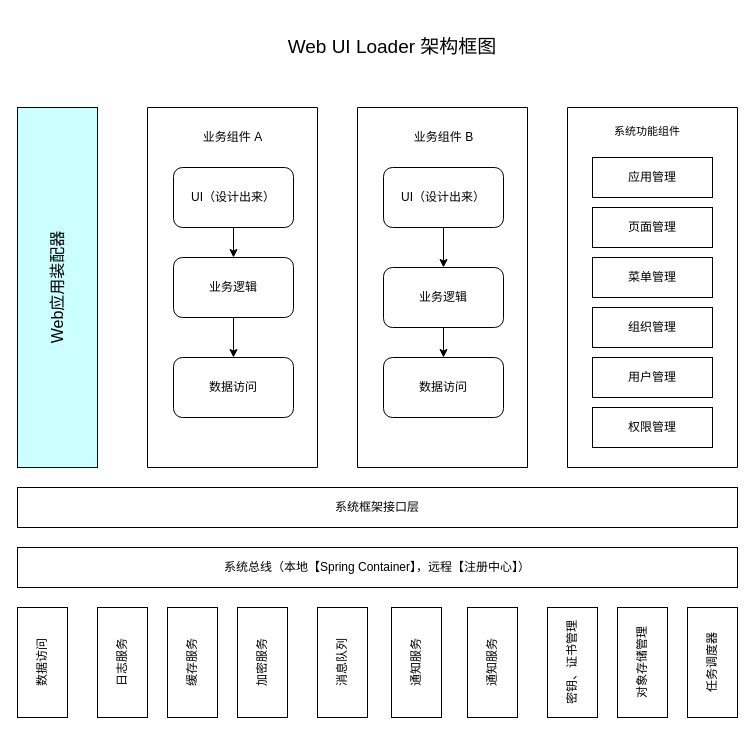
This is project01/Untitled Diagram.drawio from wilson9898/firstgitproject, a draw.io file, before an edit. Source tidied: cells renumbered, new cells numbered last; positions are measured from the earlier drawing's top-left corner, leaving out a move shared by most shapes. Both pictures are drawn from the tidied source at 100%, with x=0, y=0 at pixel (17, 17).
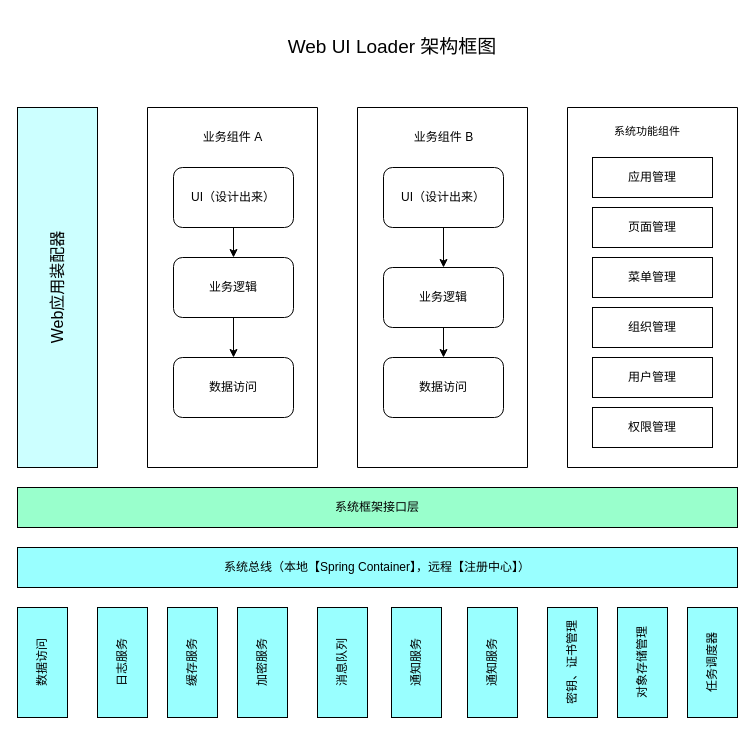
Above is the later version.

What changed in the source:
```diff
@@
-    <mxCell id="4" value="系统总线（本地【Spring Container】，远程【注册中心】）" style="rounded=0;whiteSpace=wrap;html=1;" parent="1" vertex="1">
+    <mxCell id="4" value="系统总线（本地【Spring Container】，远程【注册中心】）" style="rounded=0;whiteSpace=wrap;html=1;fillColor=#99FFFF;" parent="1" vertex="1">
       <mxGeometry y="530" width="720" height="40" as="geometry" />
     </mxCell>
@@
-    <mxCell id="27" value="数据访问" style="rounded=0;whiteSpace=wrap;html=1;horizontal=0;" parent="1" vertex="1">
+    <mxCell id="27" value="数据访问" style="rounded=0;whiteSpace=wrap;html=1;horizontal=0;fillColor=#99FFFF;" parent="1" vertex="1">
       <mxGeometry y="590" width="50" height="110" as="geometry" />
     </mxCell>
-    <mxCell id="28" value="日志服务" style="rounded=0;whiteSpace=wrap;html=1;horizontal=0;" parent="1" vertex="1">
+    <mxCell id="28" value="日志服务" style="rounded=0;whiteSpace=wrap;html=1;horizontal=0;fillColor=#99FFFF;" parent="1" vertex="1">
       <mxGeometry x="80" y="590" width="50" height="110" as="geometry" />
     </mxCell>
-    <mxCell id="29" value="缓存服务" style="rounded=0;whiteSpace=wrap;html=1;horizontal=0;" parent="1" vertex="1">
+    <mxCell id="29" value="缓存服务" style="rounded=0;whiteSpace=wrap;html=1;horizontal=0;fillColor=#99FFFF;" parent="1" vertex="1">
       <mxGeometry x="150" y="590" width="50" height="110" as="geometry" />
     </mxCell>
-    <mxCell id="30" value="加密服务" style="rounded=0;whiteSpace=wrap;html=1;horizontal=0;" parent="1" vertex="1">
+    <mxCell id="30" value="加密服务" style="rounded=0;whiteSpace=wrap;html=1;horizontal=0;fillColor=#99FFFF;" parent="1" vertex="1">
       <mxGeometry x="220" y="590" width="50" height="110" as="geometry" />
     </mxCell>
-    <mxCell id="31" value="消息队列" style="rounded=0;whiteSpace=wrap;html=1;horizontal=0;" parent="1" vertex="1">
+    <mxCell id="31" value="消息队列" style="rounded=0;whiteSpace=wrap;html=1;horizontal=0;fillColor=#99FFFF;" parent="1" vertex="1">
       <mxGeometry x="300" y="590" width="50" height="110" as="geometry" />
     </mxCell>
-    <mxCell id="32" value="通知服务" style="rounded=0;whiteSpace=wrap;html=1;horizontal=0;" parent="1" vertex="1">
+    <mxCell id="32" value="通知服务" style="rounded=0;whiteSpace=wrap;html=1;horizontal=0;fillColor=#99FFFF;" parent="1" vertex="1">
       <mxGeometry x="374" y="590" width="50" height="110" as="geometry" />
     </mxCell>
-    <mxCell id="33" value="系统框架接口层" style="rounded=0;whiteSpace=wrap;html=1;" parent="1" vertex="1">
+    <mxCell id="33" value="系统框架接口层" style="rounded=0;whiteSpace=wrap;html=1;fillColor=#99FFCC;" parent="1" vertex="1">
       <mxGeometry y="470" width="720" height="40" as="geometry" />
     </mxCell>
-    <mxCell id="34" value="通知服务" style="rounded=0;whiteSpace=wrap;html=1;horizontal=0;" parent="1" vertex="1">
+    <mxCell id="34" value="通知服务" style="rounded=0;whiteSpace=wrap;html=1;horizontal=0;fillColor=#99FFFF;" parent="1" vertex="1">
       <mxGeometry x="450" y="590" width="50" height="110" as="geometry" />
     </mxCell>
-    <mxCell id="35" value="&lt;div&gt;密钥、证书管理&lt;/div&gt;" style="rounded=0;whiteSpace=wrap;html=1;horizontal=0;" parent="1" vertex="1">
+    <mxCell id="35" value="&lt;div&gt;密钥、证书管理&lt;/div&gt;" style="rounded=0;whiteSpace=wrap;html=1;horizontal=0;fillColor=#99FFFF;" parent="1" vertex="1">
       <mxGeometry x="530" y="590" width="50" height="110" as="geometry" />
     </mxCell>
-    <mxCell id="36" value="对象存储管理" style="rounded=0;whiteSpace=wrap;html=1;horizontal=0;" parent="1" vertex="1">
+    <mxCell id="36" value="对象存储管理" style="rounded=0;whiteSpace=wrap;html=1;horizontal=0;fillColor=#99FFFF;" parent="1" vertex="1">
       <mxGeometry x="600" y="590" width="50" height="110" as="geometry" />
     </mxCell>
-    <mxCell id="37" value="任务调度器" style="rounded=0;whiteSpace=wrap;html=1;horizontal=0;" parent="1" vertex="1">
+    <mxCell id="37" value="任务调度器" style="rounded=0;whiteSpace=wrap;html=1;horizontal=0;fillColor=#99FFFF;" parent="1" vertex="1">
       <mxGeometry x="670" y="590" width="50" height="110" as="geometry" />
     </mxCell>
```
